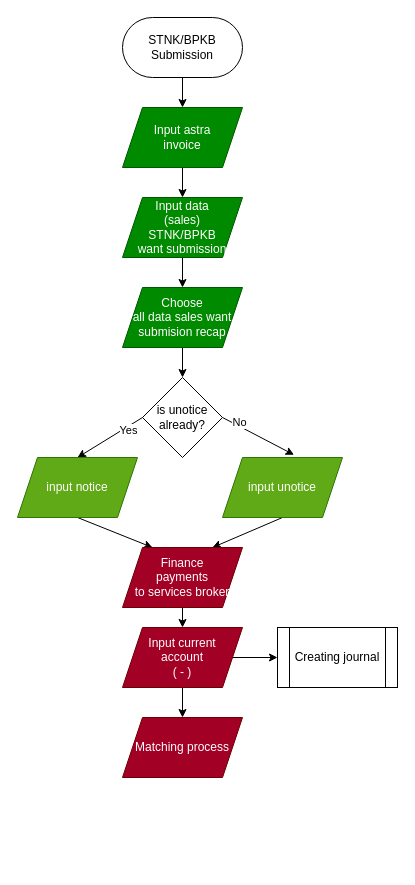
This is page "STNK/BPKB" (3 of 3) of flowDiagram.drawio from hondaprimadev/Honda-Prima, a draw.io file, before an edit. Source tidied: cells renumbered, new cells numbered last; positions are measured from the earlier drawing's top-left corner, leaving out a move shared by most shapes. Both pictures are drawn from the tidied source at 100%, with x=0, y=0 at pixel (17, 17).
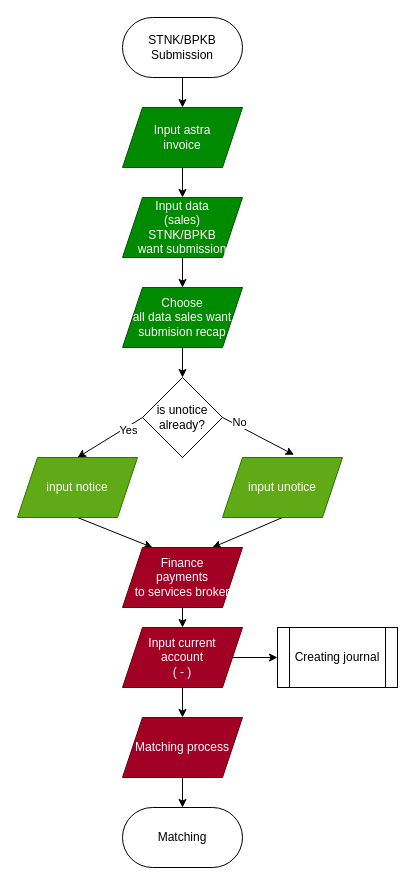
The same diagram, later.

The change refers to these unchanged cells:
```xml
<mxCell id="24" value="Matching process" style="shape=parallelogram;perimeter=parallelogramPerimeter;whiteSpace=wrap;html=1;fixedSize=1;fillColor=#a20025;strokeColor=#6F0000;fontColor=#ffffff;" parent="1" vertex="1">
  <mxGeometry x="105" y="700" width="120" height="60" as="geometry" />
</mxCell>
```

Change to the diagram source:
```diff
@@
+    <mxCell id="26" style="edgeStyle=none;html=1;" parent="1" edge="1" source="24" target="27">
+      <mxGeometry relative="1" as="geometry" />
+    </mxCell>
@@
+    <mxCell id="27" value="Matching" style="rounded=1;whiteSpace=wrap;html=1;arcSize=50;" parent="1" vertex="1">
+      <mxGeometry x="105" y="790" width="120" height="60" as="geometry" />
+    </mxCell>
```
